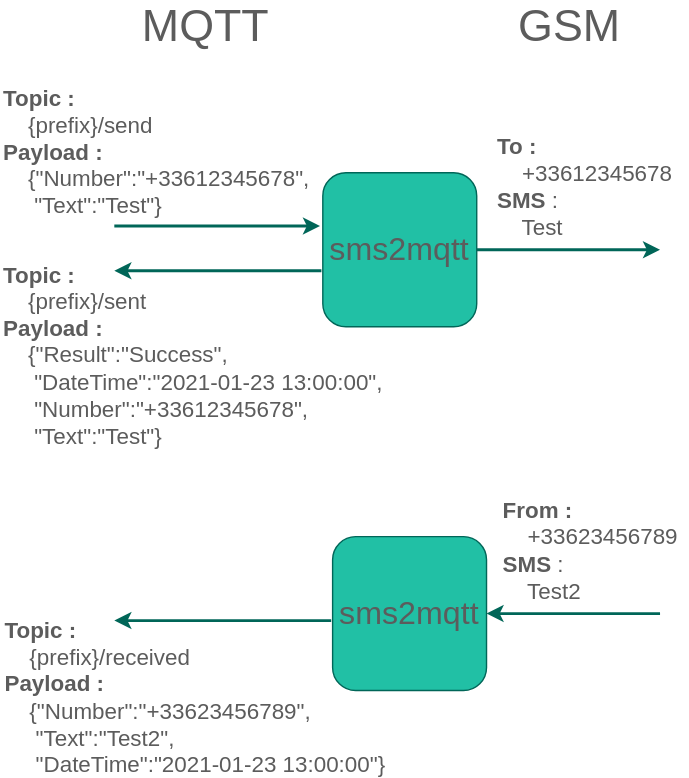
This is diagram.svg from Domochip/sms2mqtt, a draw.io export, as it was before one commit. Source tidied: cells renumbered, new cells last; positions are measured from the earlier drawing's top-left corner, leaving out a move shared by most shapes.
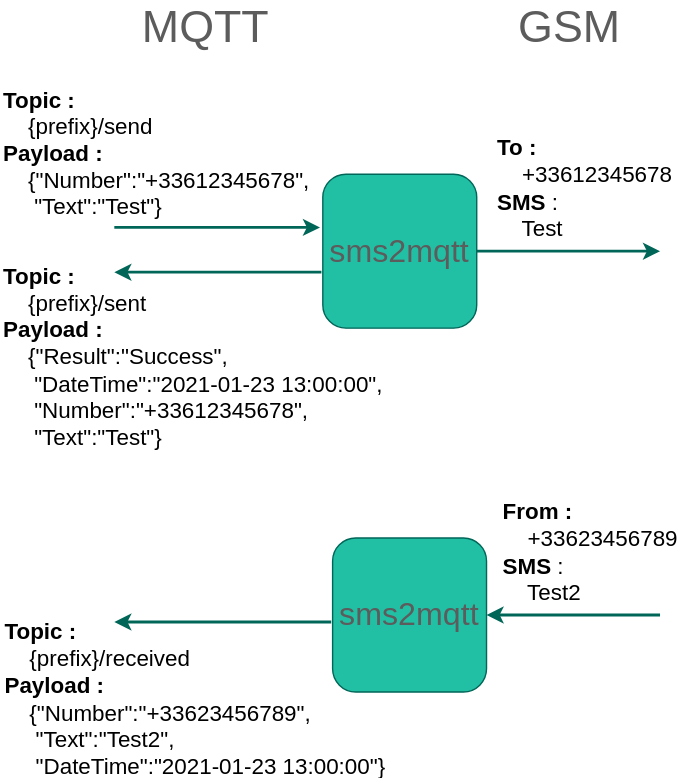
After the commit.

The edit, as a diff of the source:
```diff
@@ -22,13 +22,13 @@
     <mxCell id="6" value="&lt;font style=&quot;font-size: 32px&quot;&gt;GSM&lt;/font&gt;" style="text;html=1;align=center;verticalAlign=middle;fillColor=none;strokeColor=none;fontColor=#5C5C5C;rounded=1;" parent="1" vertex="1">
       <mxGeometry x="361" width="90" height="30" as="geometry" />
     </mxCell>
-    <mxCell id="7" value="&lt;div style=&quot;font-size: 16px&quot;&gt;&lt;font style=&quot;font-size: 16px&quot;&gt;&lt;b&gt;Topic :&amp;nbsp;&lt;/b&gt;&lt;/font&gt;&lt;/div&gt;&lt;div style=&quot;font-size: 16px&quot;&gt;&lt;span&gt;&lt;font style=&quot;font-size: 16px&quot;&gt;&amp;nbsp; &amp;nbsp; {prefix}/send&lt;/font&gt;&lt;/span&gt;&lt;/div&gt;&lt;div style=&quot;font-size: 16px&quot;&gt;&lt;span&gt;&lt;font style=&quot;font-size: 16px&quot;&gt;&lt;b&gt;Payload :&amp;nbsp;&lt;/b&gt;&lt;/font&gt;&lt;/span&gt;&lt;/div&gt;&lt;div style=&quot;font-size: 16px&quot;&gt;&lt;/div&gt;&lt;font style=&quot;font-size: 16px&quot;&gt;&amp;nbsp; &amp;nbsp; {&quot;Number&quot;:&quot;+33612345678&quot;,&lt;/font&gt;&lt;div style=&quot;font-size: 16px&quot;&gt;&lt;font style=&quot;font-size: 16px&quot;&gt;&lt;font style=&quot;font-size: 16px&quot;&gt;&amp;nbsp; &amp;nbsp; &amp;nbsp;&quot;Text&quot;:&quot;Test&quot;&lt;/font&gt;}&lt;/font&gt;&lt;/div&gt;" style="text;html=1;align=left;verticalAlign=middle;fillColor=none;strokeColor=none;fontColor=#5C5C5C;rounded=1;" parent="1" vertex="1">
+    <mxCell id="7" value="&lt;div style=&quot;font-size: 16px&quot;&gt;&lt;font style=&quot;font-size: 16px&quot; color=&quot;#000000&quot;&gt;&lt;b&gt;Topic :&amp;nbsp;&lt;/b&gt;&lt;/font&gt;&lt;/div&gt;&lt;div style=&quot;font-size: 16px&quot;&gt;&lt;span&gt;&lt;font style=&quot;font-size: 16px&quot; color=&quot;#000000&quot;&gt;&amp;nbsp; &amp;nbsp; {prefix}/send&lt;/font&gt;&lt;/span&gt;&lt;/div&gt;&lt;div style=&quot;font-size: 16px&quot;&gt;&lt;span&gt;&lt;font style=&quot;font-size: 16px&quot; color=&quot;#000000&quot;&gt;&lt;b&gt;Payload :&amp;nbsp;&lt;/b&gt;&lt;/font&gt;&lt;/span&gt;&lt;/div&gt;&lt;div style=&quot;font-size: 16px&quot;&gt;&lt;/div&gt;&lt;font style=&quot;font-size: 16px&quot; color=&quot;#000000&quot;&gt;&amp;nbsp; &amp;nbsp; {&quot;Number&quot;:&quot;+33612345678&quot;,&lt;/font&gt;&lt;div style=&quot;font-size: 16px&quot;&gt;&lt;font style=&quot;font-size: 16px&quot; color=&quot;#000000&quot;&gt;&lt;font style=&quot;font-size: 16px&quot;&gt;&amp;nbsp; &amp;nbsp; &amp;nbsp;&quot;Text&quot;:&quot;Test&quot;&lt;/font&gt;}&lt;/font&gt;&lt;/div&gt;" style="text;html=1;align=left;verticalAlign=middle;fillColor=none;strokeColor=none;fontColor=#5C5C5C;rounded=1;" parent="1" vertex="1">
       <mxGeometry y="65" width="230" height="80" as="geometry" />
     </mxCell>
-    <mxCell id="8" value="&lt;div style=&quot;text-align: left ; font-size: 16px&quot;&gt;&lt;b&gt;&lt;font style=&quot;font-size: 16px&quot;&gt;To :&amp;nbsp;&lt;/font&gt;&lt;/b&gt;&lt;/div&gt;&lt;div style=&quot;text-align: left ; font-size: 16px&quot;&gt;&lt;span&gt;&lt;font style=&quot;font-size: 16px&quot;&gt;&amp;nbsp; &amp;nbsp; +33612345678&lt;/font&gt;&lt;/span&gt;&lt;/div&gt;&lt;div style=&quot;text-align: left ; font-size: 16px&quot;&gt;&lt;span&gt;&lt;font style=&quot;font-size: 16px&quot;&gt;&lt;b&gt;SMS &lt;/b&gt;:&amp;nbsp;&lt;/font&gt;&lt;/span&gt;&lt;/div&gt;&lt;div style=&quot;text-align: left ; font-size: 16px&quot;&gt;&lt;font style=&quot;font-size: 16px&quot;&gt;&amp;nbsp; &amp;nbsp; Test&lt;/font&gt;&lt;/div&gt;" style="text;html=1;align=center;verticalAlign=middle;fillColor=none;strokeColor=none;fontColor=#5C5C5C;rounded=1;" parent="1" vertex="1">
+    <mxCell id="8" value="&lt;div style=&quot;text-align: left ; font-size: 16px&quot;&gt;&lt;b&gt;&lt;font style=&quot;font-size: 16px&quot; color=&quot;#000000&quot;&gt;To :&amp;nbsp;&lt;/font&gt;&lt;/b&gt;&lt;/div&gt;&lt;div style=&quot;text-align: left ; font-size: 16px&quot;&gt;&lt;span&gt;&lt;font style=&quot;font-size: 16px&quot; color=&quot;#000000&quot;&gt;&amp;nbsp; &amp;nbsp; +33612345678&lt;/font&gt;&lt;/span&gt;&lt;/div&gt;&lt;div style=&quot;text-align: left ; font-size: 16px&quot;&gt;&lt;span&gt;&lt;font style=&quot;font-size: 16px&quot; color=&quot;#000000&quot;&gt;&lt;b&gt;SMS &lt;/b&gt;:&amp;nbsp;&lt;/font&gt;&lt;/span&gt;&lt;/div&gt;&lt;div style=&quot;text-align: left ; font-size: 16px&quot;&gt;&lt;font style=&quot;font-size: 16px&quot; color=&quot;#000000&quot;&gt;&amp;nbsp; &amp;nbsp; Test&lt;/font&gt;&lt;/div&gt;" style="text;html=1;align=center;verticalAlign=middle;fillColor=none;strokeColor=none;fontColor=#5C5C5C;rounded=1;" parent="1" vertex="1">
       <mxGeometry x="347" y="100" width="140" height="60" as="geometry" />
     </mxCell>
-    <mxCell id="9" value="&lt;div style=&quot;font-size: 16px&quot;&gt;&lt;font style=&quot;font-size: 16px&quot;&gt;&lt;b&gt;Topic :&amp;nbsp;&lt;/b&gt;&lt;/font&gt;&lt;/div&gt;&lt;div style=&quot;font-size: 16px&quot;&gt;&lt;font style=&quot;font-size: 16px&quot;&gt;&lt;span&gt;&lt;font style=&quot;font-size: 16px&quot;&gt;&amp;nbsp; &amp;nbsp;&amp;nbsp;&lt;/font&gt;&lt;/span&gt;{prefix}&lt;span&gt;&lt;font style=&quot;font-size: 16px&quot;&gt;/sent&lt;/font&gt;&lt;/span&gt;&lt;/font&gt;&lt;/div&gt;&lt;div style=&quot;font-size: 16px&quot;&gt;&lt;span&gt;&lt;font style=&quot;font-size: 16px&quot;&gt;&lt;b&gt;Payload :&amp;nbsp;&lt;/b&gt;&lt;/font&gt;&lt;/span&gt;&lt;/div&gt;&lt;div style=&quot;font-size: 16px&quot;&gt;&lt;font style=&quot;font-size: 16px&quot;&gt;&amp;nbsp; &amp;nbsp; {&quot;Result&quot;:&quot;Success&quot;,&lt;/font&gt;&lt;/div&gt;&lt;div style=&quot;font-size: 16px&quot;&gt;&lt;/div&gt;&lt;font style=&quot;font-size: 16px&quot;&gt;&amp;nbsp; &amp;nbsp; &amp;nbsp;&quot;DateTime&quot;:&quot;2021-01-23 13:00:00&quot;,&lt;br&gt;&amp;nbsp; &amp;nbsp; &amp;nbsp;&quot;Number&quot;:&quot;+33612345678&quot;,&lt;br&gt;&lt;/font&gt;&lt;div style=&quot;font-size: 16px&quot;&gt;&lt;font style=&quot;font-size: 16px&quot;&gt;&amp;nbsp; &amp;nbsp; &amp;nbsp;&quot;Text&quot;:&quot;Test&quot;}&lt;/font&gt;&lt;/div&gt;&lt;span style=&quot;font-size: 16px&quot;&gt;&lt;br&gt;&lt;/span&gt;" style="text;html=1;align=left;verticalAlign=middle;fillColor=none;strokeColor=none;fontColor=#5C5C5C;rounded=1;" parent="1" vertex="1">
+    <mxCell id="9" value="&lt;div style=&quot;font-size: 16px&quot;&gt;&lt;font style=&quot;font-size: 16px&quot; color=&quot;#000000&quot;&gt;&lt;b&gt;Topic :&amp;nbsp;&lt;/b&gt;&lt;/font&gt;&lt;/div&gt;&lt;div style=&quot;font-size: 16px&quot;&gt;&lt;font style=&quot;font-size: 16px&quot; color=&quot;#000000&quot;&gt;&lt;span&gt;&lt;font style=&quot;font-size: 16px&quot;&gt;&amp;nbsp; &amp;nbsp;&amp;nbsp;&lt;/font&gt;&lt;/span&gt;{prefix}&lt;span&gt;&lt;font style=&quot;font-size: 16px&quot;&gt;/sent&lt;/font&gt;&lt;/span&gt;&lt;/font&gt;&lt;/div&gt;&lt;div style=&quot;font-size: 16px&quot;&gt;&lt;span&gt;&lt;font style=&quot;font-size: 16px&quot; color=&quot;#000000&quot;&gt;&lt;b&gt;Payload :&amp;nbsp;&lt;/b&gt;&lt;/font&gt;&lt;/span&gt;&lt;/div&gt;&lt;div style=&quot;font-size: 16px&quot;&gt;&lt;font style=&quot;font-size: 16px&quot; color=&quot;#000000&quot;&gt;&amp;nbsp; &amp;nbsp; {&quot;Result&quot;:&quot;Success&quot;,&lt;/font&gt;&lt;/div&gt;&lt;div style=&quot;font-size: 16px&quot;&gt;&lt;/div&gt;&lt;font style=&quot;font-size: 16px&quot; color=&quot;#000000&quot;&gt;&amp;nbsp; &amp;nbsp; &amp;nbsp;&quot;DateTime&quot;:&quot;2021-01-23 13:00:00&quot;,&lt;br&gt;&amp;nbsp; &amp;nbsp; &amp;nbsp;&quot;Number&quot;:&quot;+33612345678&quot;,&lt;br&gt;&lt;/font&gt;&lt;div style=&quot;font-size: 16px&quot;&gt;&lt;font style=&quot;font-size: 16px&quot; color=&quot;#000000&quot;&gt;&amp;nbsp; &amp;nbsp; &amp;nbsp;&quot;Text&quot;:&quot;Test&quot;}&lt;/font&gt;&lt;/div&gt;&lt;span style=&quot;font-size: 16px&quot;&gt;&lt;br&gt;&lt;/span&gt;" style="text;html=1;align=left;verticalAlign=middle;fillColor=none;strokeColor=none;fontColor=#5C5C5C;rounded=1;" parent="1" vertex="1">
       <mxGeometry y="200" width="290" height="120" as="geometry" />
     </mxCell>
     <mxCell id="10" style="endArrow=classic;html=1;strokeColor=#006658;fontColor=#5C5C5C;strokeWidth=2;" parent="1" edge="1">
@@ -45,10 +45,10 @@
     <mxCell id="12" value="&lt;font style=&quot;font-size: 23px&quot;&gt;sms2mqtt&lt;/font&gt;" style="whiteSpace=wrap;html=1;fillColor=#21C0A5;strokeColor=#006658;fontColor=#5C5C5C;rounded=1;" parent="1" vertex="1">
       <mxGeometry x="237" y="380" width="110" height="110" as="geometry" />
     </mxCell>
-    <mxCell id="13" value="&lt;div style=&quot;text-align: left ; font-size: 16px&quot;&gt;&lt;b&gt;&lt;font style=&quot;font-size: 16px&quot;&gt;From :&amp;nbsp;&lt;/font&gt;&lt;/b&gt;&lt;/div&gt;&lt;div style=&quot;text-align: left ; font-size: 16px&quot;&gt;&lt;span&gt;&lt;font style=&quot;font-size: 16px&quot;&gt;&amp;nbsp; &amp;nbsp; +33623456789&lt;/font&gt;&lt;/span&gt;&lt;/div&gt;&lt;div style=&quot;text-align: left ; font-size: 16px&quot;&gt;&lt;span&gt;&lt;font style=&quot;font-size: 16px&quot;&gt;&lt;b&gt;SMS &lt;/b&gt;:&amp;nbsp;&lt;/font&gt;&lt;/span&gt;&lt;/div&gt;&lt;div style=&quot;text-align: left ; font-size: 16px&quot;&gt;&lt;font style=&quot;font-size: 16px&quot;&gt;&amp;nbsp; &amp;nbsp; Test2&lt;/font&gt;&lt;/div&gt;" style="text;html=1;align=center;verticalAlign=middle;fillColor=none;strokeColor=none;fontColor=#5C5C5C;rounded=1;" parent="1" vertex="1">
+    <mxCell id="13" value="&lt;div style=&quot;text-align: left ; font-size: 16px&quot;&gt;&lt;b&gt;&lt;font style=&quot;font-size: 16px&quot; color=&quot;#000000&quot;&gt;From :&amp;nbsp;&lt;/font&gt;&lt;/b&gt;&lt;/div&gt;&lt;div style=&quot;text-align: left ; font-size: 16px&quot;&gt;&lt;span&gt;&lt;font style=&quot;font-size: 16px&quot; color=&quot;#000000&quot;&gt;&amp;nbsp; &amp;nbsp; +33623456789&lt;/font&gt;&lt;/span&gt;&lt;/div&gt;&lt;div style=&quot;text-align: left ; font-size: 16px&quot;&gt;&lt;span&gt;&lt;font style=&quot;font-size: 16px&quot; color=&quot;#000000&quot;&gt;&lt;b&gt;SMS &lt;/b&gt;:&amp;nbsp;&lt;/font&gt;&lt;/span&gt;&lt;/div&gt;&lt;div style=&quot;text-align: left ; font-size: 16px&quot;&gt;&lt;font style=&quot;font-size: 16px&quot; color=&quot;#000000&quot;&gt;&amp;nbsp; &amp;nbsp; Test2&lt;/font&gt;&lt;/div&gt;" style="text;html=1;align=center;verticalAlign=middle;fillColor=none;strokeColor=none;fontColor=#5C5C5C;rounded=1;" parent="1" vertex="1">
       <mxGeometry x="351" y="360" width="140" height="60" as="geometry" />
     </mxCell>
-    <mxCell id="14" value="&lt;div style=&quot;font-size: 16px&quot;&gt;&lt;font style=&quot;font-size: 16px&quot;&gt;&lt;b&gt;Topic :&amp;nbsp;&lt;/b&gt;&lt;/font&gt;&lt;/div&gt;&lt;div style=&quot;font-size: 16px&quot;&gt;&lt;font style=&quot;font-size: 16px&quot;&gt;&lt;span&gt;&lt;font style=&quot;font-size: 16px&quot;&gt;&amp;nbsp; &amp;nbsp;&amp;nbsp;&lt;/font&gt;&lt;/span&gt;{prefix}&lt;span&gt;&lt;font style=&quot;font-size: 16px&quot;&gt;/received&lt;/font&gt;&lt;/span&gt;&lt;/font&gt;&lt;/div&gt;&lt;div style=&quot;font-size: 16px&quot;&gt;&lt;span&gt;&lt;font style=&quot;font-size: 16px&quot;&gt;&lt;b&gt;Payload :&amp;nbsp;&lt;/b&gt;&lt;/font&gt;&lt;/span&gt;&lt;/div&gt;&lt;font style=&quot;font-size: 16px&quot;&gt;&amp;nbsp; &amp;nbsp; {&quot;Number&quot;:&quot;+33623456789&quot;,&lt;/font&gt;&lt;div style=&quot;font-size: 16px&quot;&gt;&lt;font style=&quot;font-size: 16px&quot;&gt;&amp;nbsp; &amp;nbsp; &amp;nbsp;&quot;Text&quot;:&quot;Test2&quot;,&lt;/font&gt;&lt;/div&gt;&lt;div style=&quot;font-size: 16px&quot;&gt;&lt;font style=&quot;font-size: 16px&quot;&gt;&lt;font style=&quot;font-size: 16px&quot;&gt;&amp;nbsp; &amp;nbsp; &amp;nbsp;&quot;DateTime&quot;:&quot;2021-01-23 13:00:00&quot;&lt;/font&gt;}&lt;/font&gt;&lt;/div&gt;" style="text;html=1;align=left;verticalAlign=middle;fillColor=none;strokeColor=none;fontColor=#5C5C5C;rounded=1;" parent="1" vertex="1">
+    <mxCell id="14" value="&lt;div style=&quot;font-size: 16px&quot;&gt;&lt;font style=&quot;font-size: 16px&quot; color=&quot;#000000&quot;&gt;&lt;b&gt;Topic :&amp;nbsp;&lt;/b&gt;&lt;/font&gt;&lt;/div&gt;&lt;div style=&quot;font-size: 16px&quot;&gt;&lt;font style=&quot;font-size: 16px&quot; color=&quot;#000000&quot;&gt;&lt;span&gt;&lt;font style=&quot;font-size: 16px&quot;&gt;&amp;nbsp; &amp;nbsp;&amp;nbsp;&lt;/font&gt;&lt;/span&gt;{prefix}&lt;span&gt;&lt;font style=&quot;font-size: 16px&quot;&gt;/received&lt;/font&gt;&lt;/span&gt;&lt;/font&gt;&lt;/div&gt;&lt;div style=&quot;font-size: 16px&quot;&gt;&lt;span&gt;&lt;font style=&quot;font-size: 16px&quot; color=&quot;#000000&quot;&gt;&lt;b&gt;Payload :&amp;nbsp;&lt;/b&gt;&lt;/font&gt;&lt;/span&gt;&lt;/div&gt;&lt;font style=&quot;font-size: 16px&quot; color=&quot;#000000&quot;&gt;&amp;nbsp; &amp;nbsp; {&quot;Number&quot;:&quot;+33623456789&quot;,&lt;/font&gt;&lt;div style=&quot;font-size: 16px&quot;&gt;&lt;font style=&quot;font-size: 16px&quot; color=&quot;#000000&quot;&gt;&amp;nbsp; &amp;nbsp; &amp;nbsp;&quot;Text&quot;:&quot;Test2&quot;,&lt;/font&gt;&lt;/div&gt;&lt;div style=&quot;font-size: 16px&quot;&gt;&lt;font style=&quot;font-size: 16px&quot; color=&quot;#000000&quot;&gt;&lt;font style=&quot;font-size: 16px&quot;&gt;&amp;nbsp; &amp;nbsp; &amp;nbsp;&quot;DateTime&quot;:&quot;2021-01-23 13:00:00&quot;&lt;/font&gt;}&lt;/font&gt;&lt;/div&gt;" style="text;html=1;align=left;verticalAlign=middle;fillColor=none;strokeColor=none;fontColor=#5C5C5C;rounded=1;" parent="1" vertex="1">
       <mxGeometry x="1" y="450" width="290" height="90" as="geometry" />
     </mxCell>
     <mxCell id="15" style="endArrow=classic;html=1;strokeColor=#006658;fontColor=#5C5C5C;strokeWidth=2;" parent="1" edge="1">
```
